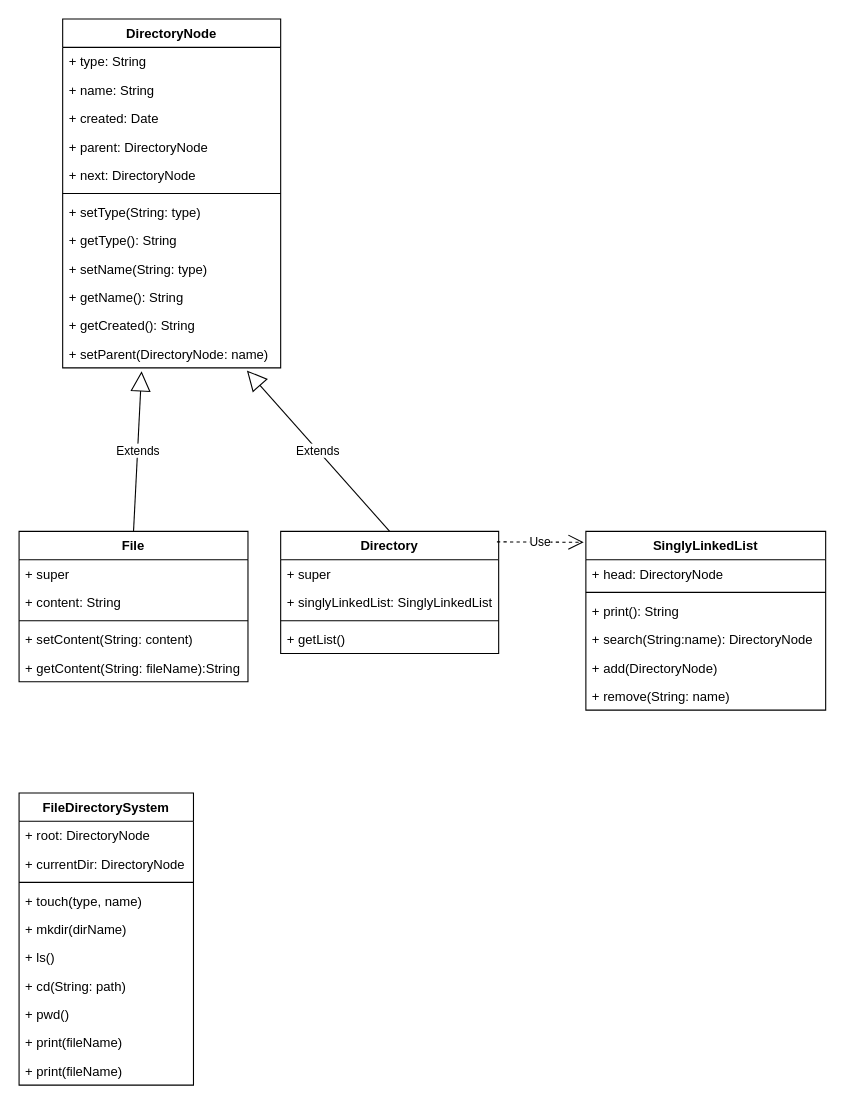
Before: classDiagram.drawio in Takasu-y/file_directory_system, a draw.io diagram. Source tidied: cells renumbered, new cells numbered last; positions are measured from the earlier drawing's top-left corner, leaving out a move shared by most shapes. Both pictures are drawn from the tidied source at 109%, with x=0, y=0 at pixel (19, 19).
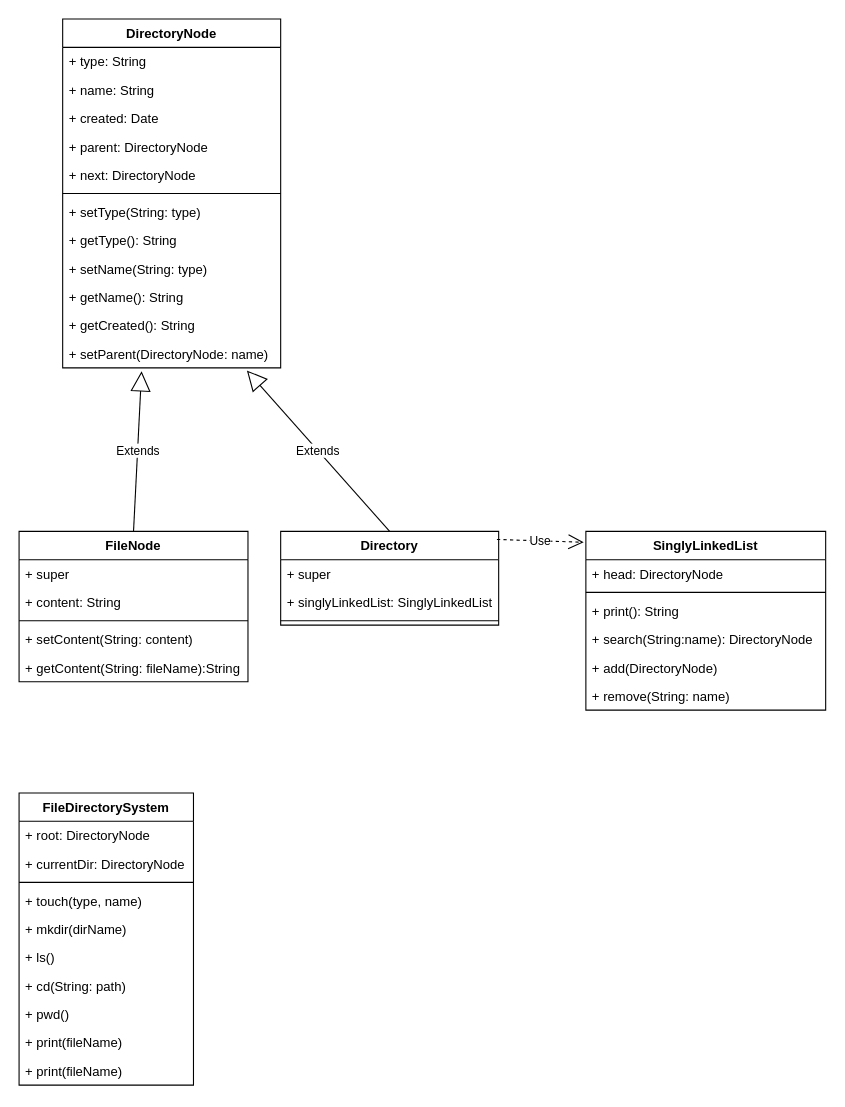
Above is the later version.

Commit message:
Directoryのメソッドを削除

The edit, as a diff of the source:
```diff
@@
-    <mxCell id="15" value="File" style="swimlane;fontStyle=1;align=center;verticalAlign=top;horizontal=1;startSize=26;" parent="1" vertex="1">
+    <mxCell id="15" value="FileNode" style="swimlane;fontStyle=1;align=center;verticalAlign=top;horizontal=1;startSize=26;" parent="1" vertex="1">
       <mxGeometry y="470" width="210" height="138" as="geometry" />
     </mxCell>
@@
     <mxCell id="22" value="Directory" style="swimlane;fontStyle=1;align=center;verticalAlign=top;horizontal=1;startSize=26;" parent="1" vertex="1">
-      <mxGeometry x="240" y="470" width="200" height="112" as="geometry" />
+      <mxGeometry x="240" y="470" width="200" height="86" as="geometry" />
     </mxCell>
@@
-    <mxCell id="26" value="+ getList()" style="text;strokeColor=none;fillColor=none;align=left;verticalAlign=top;spacingLeft=4;spacingRight=4;overflow=hidden;" parent="22" vertex="1">
-      <mxGeometry y="86" width="200" height="26" as="geometry" />
-    </mxCell>
```
